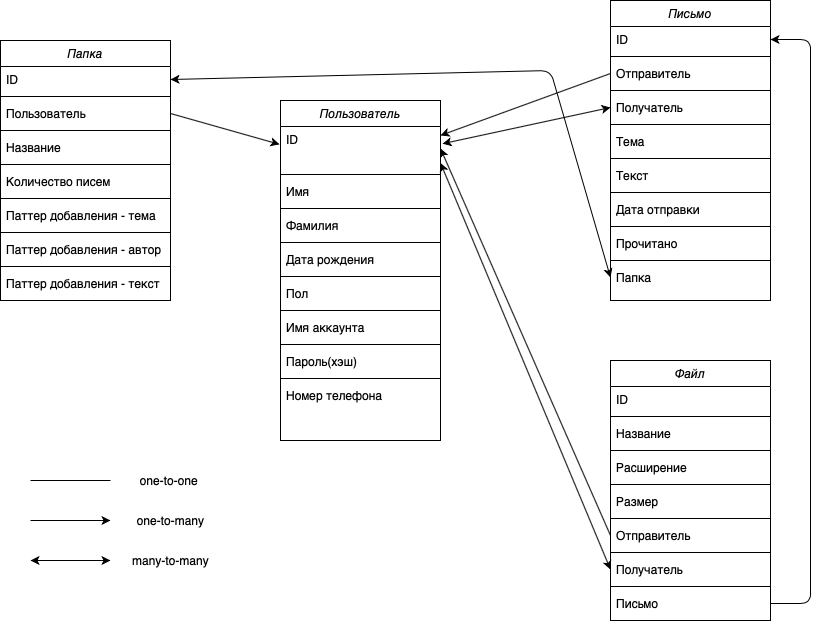
OlegElizarov/TPark_Highload keeps this draw.io diagram as images/LogDB.png. Above is the earlier version. Source tidied: cells renumbered, new cells last; positions are measured from the earlier drawing's top-left corner, leaving out a move shared by most shapes.
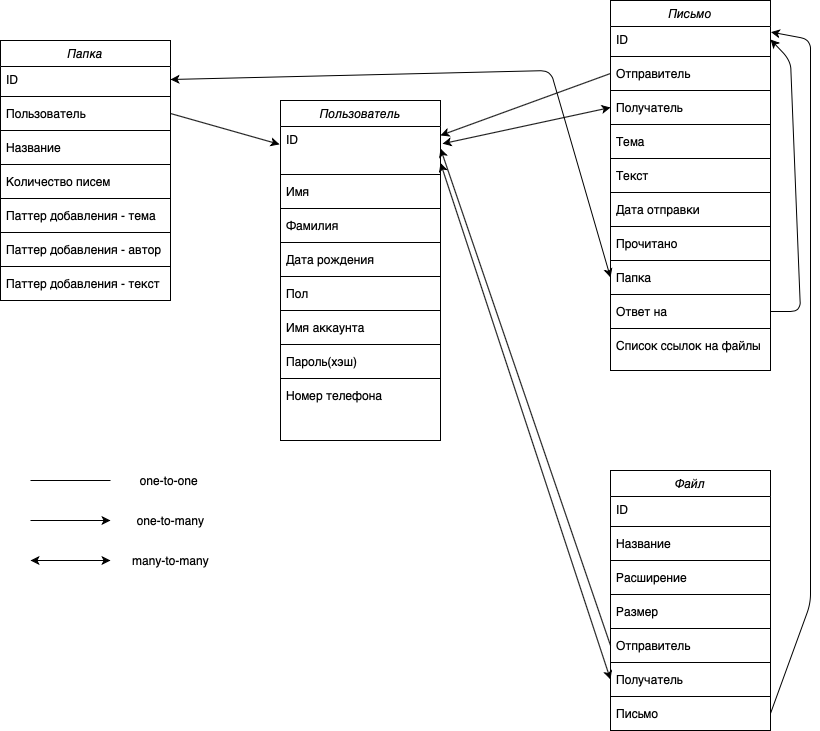
The same diagram one commit later.

Commit message:
Fixed LogicDB schema

Diff of the diagram source:
```diff
@@ -1,8 +1,8 @@
 <mxGraphModel>
   <root>
-    <mxCell id="0" />
-    <mxCell id="1" parent="0" />
+    <mxCell id="75" />
+    <mxCell id="76" parent="75" />
-    <mxCell id="2" value="Пользователь" style="swimlane;fontStyle=2;align=center;verticalAlign=top;horizontal=1;startSize=26;rounded=0;shadow=0;strokeWidth=1;" parent="1" vertex="1">
+    <mxCell id="2" value="Пользователь" style="swimlane;fontStyle=2;align=center;verticalAlign=top;horizontal=1;startSize=26;rounded=0;shadow=0;strokeWidth=1;" parent="76" vertex="1">
       <mxGeometry x="280" y="100" width="160" height="340" as="geometry" />
     </mxCell>
     <mxCell id="3" value="ID" style="text;align=left;verticalAlign=top;spacingLeft=4;spacingRight=4;overflow=hidden;points=[[0,0.5],[1,0.5]];portConstraint=eastwest;" parent="2" vertex="1">
@@ -50,45 +50,45 @@
     <mxCell id="17" value="Номер телефона" style="text;align=left;verticalAlign=top;spacingLeft=4;spacingRight=4;overflow=hidden;" parent="2" vertex="1">
       <mxGeometry y="282" width="160" height="26" as="geometry" />
     </mxCell>
-    <mxCell id="18" value="Письмо" style="swimlane;fontStyle=2;align=center;verticalAlign=top;horizontal=1;startSize=26;rounded=0;shadow=0;strokeWidth=1;" parent="1" vertex="1">
-      <mxGeometry x="610" width="160" height="300" as="geometry" />
+    <mxCell id="18" value="Письмо" style="swimlane;fontStyle=2;align=center;verticalAlign=top;horizontal=1;startSize=26;rounded=0;shadow=0;strokeWidth=1;" parent="76" vertex="1">
+      <mxGeometry x="610" width="160" height="370" as="geometry" />
     </mxCell>
-    <mxCell id="19" value="ID" style="text;align=left;verticalAlign=top;spacingLeft=4;spacingRight=4;overflow=hidden;points=[[0,0.5],[1,0.5]];portConstraint=eastwest;" parent="18" vertex="1">
-      <mxGeometry y="26" width="160" height="26" as="geometry" />
-    </mxCell>
-    <mxCell id="20" style="line;html=1;strokeWidth=1;align=left;verticalAlign=middle;spacingTop=-1;spacingLeft=3;spacingRight=3;labelPosition=right;" parent="18" vertex="1">
-      <mxGeometry y="52" width="160" height="8" as="geometry" />
-    </mxCell>
+    <mxCell id="77" value="ID" style="text;align=left;verticalAlign=top;spacingLeft=4;spacingRight=4;overflow=hidden;points=[[0,0.5],[1,0.5]];portConstraint=eastwest;" parent="18" vertex="1">
+      <mxGeometry y="26" width="160" height="26" as="geometry" />
+    </mxCell>
+    <mxCell id="78" style="line;html=1;strokeWidth=1;align=left;verticalAlign=middle;spacingTop=-1;spacingLeft=3;spacingRight=3;labelPosition=right;" parent="18" vertex="1">
+      <mxGeometry y="52" width="160" height="8" as="geometry" />
+    </mxCell>
     <mxCell id="21" value="Отправитель" style="text;align=left;verticalAlign=top;spacingLeft=4;spacingRight=4;overflow=hidden;points=[[0,0.5],[1,0.5]];portConstraint=eastwest;rounded=0;shadow=0;html=0;" parent="18" vertex="1">
       <mxGeometry y="60" width="160" height="26" as="geometry" />
     </mxCell>
-    <mxCell id="22" style="line;html=1;strokeWidth=1;align=left;verticalAlign=middle;spacingTop=-1;spacingLeft=3;spacingRight=3;labelPosition=right;" parent="18" vertex="1">
-      <mxGeometry y="86" width="160" height="8" as="geometry" />
-    </mxCell>
+    <mxCell id="79" style="line;html=1;strokeWidth=1;align=left;verticalAlign=middle;spacingTop=-1;spacingLeft=3;spacingRight=3;labelPosition=right;" parent="18" vertex="1">
+      <mxGeometry y="86" width="160" height="8" as="geometry" />
+    </mxCell>
     <mxCell id="23" value="Получатель" style="text;align=left;verticalAlign=top;spacingLeft=4;spacingRight=4;overflow=hidden;points=[[0,0.5],[1,0.5]];portConstraint=eastwest;rounded=0;shadow=0;html=0;" parent="18" vertex="1">
       <mxGeometry y="94" width="160" height="26" as="geometry" />
     </mxCell>
-    <mxCell id="24" style="line;html=1;strokeWidth=1;align=left;verticalAlign=middle;spacingTop=-1;spacingLeft=3;spacingRight=3;labelPosition=right;" parent="18" vertex="1">
-      <mxGeometry y="120" width="160" height="8" as="geometry" />
-    </mxCell>
+    <mxCell id="80" style="line;html=1;strokeWidth=1;align=left;verticalAlign=middle;spacingTop=-1;spacingLeft=3;spacingRight=3;labelPosition=right;" parent="18" vertex="1">
+      <mxGeometry y="120" width="160" height="8" as="geometry" />
+    </mxCell>
     <mxCell id="25" value="Тема" style="text;align=left;verticalAlign=top;spacingLeft=4;spacingRight=4;overflow=hidden;" parent="18" vertex="1">
       <mxGeometry y="128" width="160" height="26" as="geometry" />
     </mxCell>
-    <mxCell id="26" style="line;html=1;strokeWidth=1;align=left;verticalAlign=middle;spacingTop=-1;spacingLeft=3;spacingRight=3;labelPosition=right;" parent="18" vertex="1">
-      <mxGeometry y="154" width="160" height="8" as="geometry" />
-    </mxCell>
+    <mxCell id="81" style="line;html=1;strokeWidth=1;align=left;verticalAlign=middle;spacingTop=-1;spacingLeft=3;spacingRight=3;labelPosition=right;" parent="18" vertex="1">
+      <mxGeometry y="154" width="160" height="8" as="geometry" />
+    </mxCell>
     <mxCell id="27" value="Текст" style="text;align=left;verticalAlign=top;spacingLeft=4;spacingRight=4;overflow=hidden;" parent="18" vertex="1">
       <mxGeometry y="162" width="160" height="26" as="geometry" />
     </mxCell>
-    <mxCell id="28" style="line;html=1;strokeWidth=1;align=left;verticalAlign=middle;spacingTop=-1;spacingLeft=3;spacingRight=3;labelPosition=right;" parent="18" vertex="1">
-      <mxGeometry y="188" width="160" height="8" as="geometry" />
-    </mxCell>
+    <mxCell id="82" style="line;html=1;strokeWidth=1;align=left;verticalAlign=middle;spacingTop=-1;spacingLeft=3;spacingRight=3;labelPosition=right;" parent="18" vertex="1">
+      <mxGeometry y="188" width="160" height="8" as="geometry" />
+    </mxCell>
     <mxCell id="29" value="Дата отправки" style="text;align=left;verticalAlign=top;spacingLeft=4;spacingRight=4;overflow=hidden;" parent="18" vertex="1">
       <mxGeometry y="196" width="160" height="26" as="geometry" />
     </mxCell>
-    <mxCell id="30" style="line;html=1;strokeWidth=1;align=left;verticalAlign=middle;spacingTop=-1;spacingLeft=3;spacingRight=3;labelPosition=right;" parent="18" vertex="1">
-      <mxGeometry y="222" width="160" height="8" as="geometry" />
-    </mxCell>
+    <mxCell id="83" style="line;html=1;strokeWidth=1;align=left;verticalAlign=middle;spacingTop=-1;spacingLeft=3;spacingRight=3;labelPosition=right;" parent="18" vertex="1">
+      <mxGeometry y="222" width="160" height="8" as="geometry" />
+    </mxCell>
     <mxCell id="31" value="Прочитано" style="text;align=left;verticalAlign=top;spacingLeft=4;spacingRight=4;overflow=hidden;" parent="18" vertex="1">
       <mxGeometry y="230" width="160" height="26" as="geometry" />
     </mxCell>
@@ -98,49 +98,69 @@
     <mxCell id="33" value="Папка" style="text;align=left;verticalAlign=top;spacingLeft=4;spacingRight=4;overflow=hidden;points=[[0,0.5],[1,0.5]];portConstraint=eastwest;" parent="18" vertex="1">
       <mxGeometry y="264" width="160" height="26" as="geometry" />
     </mxCell>
+    <mxCell id="84" style="line;html=1;strokeWidth=1;align=left;verticalAlign=middle;spacingTop=-1;spacingLeft=3;spacingRight=3;labelPosition=right;" parent="18" vertex="1">
+      <mxGeometry y="290" width="160" height="8" as="geometry" />
+    </mxCell>
+    <mxCell id="85" value="Ответ на" style="text;align=left;verticalAlign=top;spacingLeft=4;spacingRight=4;overflow=hidden;points=[[0,0.5],[1,0.5]];portConstraint=eastwest;" parent="18" vertex="1">
+      <mxGeometry y="298" width="160" height="26" as="geometry" />
+    </mxCell>
+    <mxCell id="86" style="line;html=1;strokeWidth=1;align=left;verticalAlign=middle;spacingTop=-1;spacingLeft=3;spacingRight=3;labelPosition=right;" parent="18" vertex="1">
+      <mxGeometry y="324" width="160" height="8" as="geometry" />
+    </mxCell>
+    <mxCell id="87" value="Список ссылок на файлы" style="text;align=left;verticalAlign=top;spacingLeft=4;spacingRight=4;overflow=hidden;" parent="18" vertex="1">
+      <mxGeometry y="332" width="160" height="26" as="geometry" />
+    </mxCell>
+    <mxCell id="88" style="endArrow=classic;html=1;exitX=1;exitY=0.5;exitDx=0;exitDy=0;entryX=1;entryY=0.5;entryDx=0;entryDy=0;" parent="18" edge="1" source="85" target="77">
+      <mxGeometry relative="1" as="geometry">
+        <Array as="points">
+          <mxPoint x="190" y="311" />
+          <mxPoint x="180" y="60" />
+        </Array>
+      </mxGeometry>
+    </mxCell>
-    <mxCell id="34" value="Файл" style="swimlane;fontStyle=2;align=center;verticalAlign=top;horizontal=1;startSize=26;rounded=0;shadow=0;strokeWidth=1;" parent="1" vertex="1">
-      <mxGeometry x="610" y="360" width="160" height="260" as="geometry" />
+    <mxCell id="34" value="Файл" style="swimlane;fontStyle=2;align=center;verticalAlign=top;horizontal=1;startSize=26;rounded=0;shadow=0;strokeWidth=1;" parent="76" vertex="1">
+      <mxGeometry x="610" y="470" width="160" height="260" as="geometry" />
     </mxCell>
-    <mxCell id="35" value="ID" style="text;align=left;verticalAlign=top;spacingLeft=4;spacingRight=4;overflow=hidden;" parent="34" vertex="1">
-      <mxGeometry y="26" width="160" height="26" as="geometry" />
-    </mxCell>
-    <mxCell id="36" style="line;html=1;strokeWidth=1;align=left;verticalAlign=middle;spacingTop=-1;spacingLeft=3;spacingRight=3;labelPosition=right;" parent="34" vertex="1">
-      <mxGeometry y="52" width="160" height="8" as="geometry" />
-    </mxCell>
+    <mxCell id="89" value="ID" style="text;align=left;verticalAlign=top;spacingLeft=4;spacingRight=4;overflow=hidden;" parent="34" vertex="1">
+      <mxGeometry y="26" width="160" height="26" as="geometry" />
+    </mxCell>
+    <mxCell id="90" style="line;html=1;strokeWidth=1;align=left;verticalAlign=middle;spacingTop=-1;spacingLeft=3;spacingRight=3;labelPosition=right;" parent="34" vertex="1">
+      <mxGeometry y="52" width="160" height="8" as="geometry" />
+    </mxCell>
     <mxCell id="37" value="Название" style="text;align=left;verticalAlign=top;spacingLeft=4;spacingRight=4;overflow=hidden;rounded=0;shadow=0;html=0;" parent="34" vertex="1">
       <mxGeometry y="60" width="160" height="26" as="geometry" />
     </mxCell>
-    <mxCell id="38" style="line;html=1;strokeWidth=1;align=left;verticalAlign=middle;spacingTop=-1;spacingLeft=3;spacingRight=3;labelPosition=right;" parent="34" vertex="1">
-      <mxGeometry y="86" width="160" height="8" as="geometry" />
-    </mxCell>
+    <mxCell id="91" style="line;html=1;strokeWidth=1;align=left;verticalAlign=middle;spacingTop=-1;spacingLeft=3;spacingRight=3;labelPosition=right;" parent="34" vertex="1">
+      <mxGeometry y="86" width="160" height="8" as="geometry" />
+    </mxCell>
     <mxCell id="39" value="Расширение" style="text;align=left;verticalAlign=top;spacingLeft=4;spacingRight=4;overflow=hidden;rounded=0;shadow=0;html=0;" parent="34" vertex="1">
       <mxGeometry y="94" width="160" height="26" as="geometry" />
     </mxCell>
-    <mxCell id="40" style="line;html=1;strokeWidth=1;align=left;verticalAlign=middle;spacingTop=-1;spacingLeft=3;spacingRight=3;labelPosition=right;" parent="34" vertex="1">
-      <mxGeometry y="120" width="160" height="8" as="geometry" />
-    </mxCell>
+    <mxCell id="92" style="line;html=1;strokeWidth=1;align=left;verticalAlign=middle;spacingTop=-1;spacingLeft=3;spacingRight=3;labelPosition=right;" parent="34" vertex="1">
+      <mxGeometry y="120" width="160" height="8" as="geometry" />
+    </mxCell>
     <mxCell id="41" value="Размер" style="text;align=left;verticalAlign=top;spacingLeft=4;spacingRight=4;overflow=hidden;" parent="34" vertex="1">
       <mxGeometry y="128" width="160" height="26" as="geometry" />
     </mxCell>
-    <mxCell id="42" style="line;html=1;strokeWidth=1;align=left;verticalAlign=middle;spacingTop=-1;spacingLeft=3;spacingRight=3;labelPosition=right;" parent="34" vertex="1">
-      <mxGeometry y="154" width="160" height="8" as="geometry" />
-    </mxCell>
+    <mxCell id="93" style="line;html=1;strokeWidth=1;align=left;verticalAlign=middle;spacingTop=-1;spacingLeft=3;spacingRight=3;labelPosition=right;" parent="34" vertex="1">
+      <mxGeometry y="154" width="160" height="8" as="geometry" />
+    </mxCell>
     <mxCell id="43" value="Отправитель" style="text;align=left;verticalAlign=top;spacingLeft=4;spacingRight=4;overflow=hidden;points=[[0,0.5],[1,0.5]];portConstraint=eastwest;" parent="34" vertex="1">
       <mxGeometry y="162" width="160" height="26" as="geometry" />
     </mxCell>
-    <mxCell id="44" style="line;html=1;strokeWidth=1;align=left;verticalAlign=middle;spacingTop=-1;spacingLeft=3;spacingRight=3;labelPosition=right;" parent="34" vertex="1">
-      <mxGeometry y="188" width="160" height="8" as="geometry" />
-    </mxCell>
+    <mxCell id="94" style="line;html=1;strokeWidth=1;align=left;verticalAlign=middle;spacingTop=-1;spacingLeft=3;spacingRight=3;labelPosition=right;" parent="34" vertex="1">
+      <mxGeometry y="188" width="160" height="8" as="geometry" />
+    </mxCell>
     <mxCell id="45" value="Получатель" style="text;align=left;verticalAlign=top;spacingLeft=4;spacingRight=4;overflow=hidden;points=[[0,0.5],[1,0.5]];portConstraint=eastwest;" parent="34" vertex="1">
       <mxGeometry y="196" width="160" height="26" as="geometry" />
     </mxCell>
-    <mxCell id="46" style="line;html=1;strokeWidth=1;align=left;verticalAlign=middle;spacingTop=-1;spacingLeft=3;spacingRight=3;labelPosition=right;" parent="34" vertex="1">
-      <mxGeometry y="222" width="160" height="8" as="geometry" />
-    </mxCell>
+    <mxCell id="95" style="line;html=1;strokeWidth=1;align=left;verticalAlign=middle;spacingTop=-1;spacingLeft=3;spacingRight=3;labelPosition=right;" parent="34" vertex="1">
+      <mxGeometry y="222" width="160" height="8" as="geometry" />
+    </mxCell>
     <mxCell id="47" value="Письмо" style="text;align=left;verticalAlign=top;spacingLeft=4;spacingRight=4;overflow=hidden;points=[[0,0.5],[1,0.5]];portConstraint=eastwest;" parent="34" vertex="1">
       <mxGeometry y="230" width="160" height="26" as="geometry" />
     </mxCell>
-    <mxCell id="48" value="Папка" style="swimlane;fontStyle=2;align=center;verticalAlign=top;horizontal=1;startSize=26;rounded=0;shadow=0;strokeWidth=1;" parent="1" vertex="1">
+    <mxCell id="48" value="Папка" style="swimlane;fontStyle=2;align=center;verticalAlign=top;horizontal=1;startSize=26;rounded=0;shadow=0;strokeWidth=1;" parent="76" vertex="1">
       <mxGeometry y="40" width="170" height="260" as="geometry" />
     </mxCell>
     <mxCell id="49" value="ID" style="text;align=left;verticalAlign=top;spacingLeft=4;spacingRight=4;overflow=hidden;points=[[0,0.5],[1,0.5]];portConstraint=eastwest;" parent="48" vertex="1">
@@ -182,62 +202,62 @@
     <mxCell id="61" value="Паттер добавления - текст" style="text;align=left;verticalAlign=top;spacingLeft=4;spacingRight=4;overflow=hidden;" parent="48" vertex="1">
       <mxGeometry y="230" width="170" height="26" as="geometry" />
     </mxCell>
-    <mxCell id="62" style="endArrow=none;html=1;" parent="1" edge="1">
-      <mxGeometry relative="1" as="geometry">
-        <mxPoint x="30" y="480" as="sourcePoint" />
-        <mxPoint x="110" y="480" as="targetPoint" />
-      </mxGeometry>
-    </mxCell>
-    <mxCell id="63" style="endArrow=classic;html=1;" parent="1" edge="1">
-      <mxGeometry relative="1" as="geometry">
-        <mxPoint x="30" y="520" as="sourcePoint" />
-        <mxPoint x="110" y="520" as="targetPoint" />
-      </mxGeometry>
-    </mxCell>
-    <mxCell id="64" style="endArrow=classic;startArrow=classic;html=1;" parent="1" edge="1">
-      <mxGeometry relative="1" as="geometry">
-        <mxPoint x="30" y="560" as="sourcePoint" />
-        <mxPoint x="110" y="560" as="targetPoint" />
-      </mxGeometry>
-    </mxCell>
+    <mxCell id="96" style="endArrow=none;html=1;" parent="76" edge="1">
+      <mxGeometry relative="1" as="geometry">
+        <mxPoint x="30" y="480" as="sourcePoint" />
+        <mxPoint x="110" y="480" as="targetPoint" />
+      </mxGeometry>
+    </mxCell>
+    <mxCell id="97" style="endArrow=classic;html=1;" parent="76" edge="1">
+      <mxGeometry relative="1" as="geometry">
+        <mxPoint x="30" y="520" as="sourcePoint" />
+        <mxPoint x="110" y="520" as="targetPoint" />
+      </mxGeometry>
+    </mxCell>
+    <mxCell id="98" style="endArrow=classic;startArrow=classic;html=1;" parent="76" edge="1">
+      <mxGeometry relative="1" as="geometry">
+        <mxPoint x="30" y="560" as="sourcePoint" />
+        <mxPoint x="110" y="560" as="targetPoint" />
+      </mxGeometry>
+    </mxCell>
-    <mxCell id="65" value="one-to-one&amp;nbsp;" style="text;html=1;align=center;verticalAlign=middle;" parent="1" vertex="1">
+    <mxCell id="65" value="one-to-one&amp;nbsp;" style="text;html=1;align=center;verticalAlign=middle;" parent="76" vertex="1">
       <mxGeometry x="130" y="470" width="80" height="20" as="geometry" />
     </mxCell>
-    <mxCell id="66" value="one-to-many" style="text;html=1;align=center;verticalAlign=middle;" parent="1" vertex="1">
+    <mxCell id="66" value="one-to-many" style="text;html=1;align=center;verticalAlign=middle;" parent="76" vertex="1">
       <mxGeometry x="130" y="510" width="80" height="20" as="geometry" />
     </mxCell>
-    <mxCell id="67" value="many-to-many" style="text;html=1;align=center;verticalAlign=middle;" parent="1" vertex="1">
+    <mxCell id="67" value="many-to-many" style="text;html=1;align=center;verticalAlign=middle;" parent="76" vertex="1">
       <mxGeometry x="125" y="550" width="90" height="20" as="geometry" />
     </mxCell>
-    <mxCell id="68" style="endArrow=none;html=1;entryX=0;entryY=0.5;entryDx=0;entryDy=0;exitX=1;exitY=0.203;exitDx=0;exitDy=0;exitPerimeter=0;startArrow=classic;startFill=1;" parent="1" edge="1" source="3" target="21">
+    <mxCell id="68" style="endArrow=none;html=1;entryX=0;entryY=0.5;entryDx=0;entryDy=0;exitX=1;exitY=0.203;exitDx=0;exitDy=0;exitPerimeter=0;startArrow=classic;startFill=1;" parent="76" edge="1" source="3" target="21">
       <mxGeometry relative="1" as="geometry" />
     </mxCell>
-    <mxCell id="69" style="endArrow=classic;html=1;exitX=0;exitY=0.5;exitDx=0;exitDy=0;entryX=1.013;entryY=0.391;entryDx=0;entryDy=0;entryPerimeter=0;startArrow=classic;startFill=1;" parent="1" edge="1" source="23" target="3">
+    <mxCell id="69" style="endArrow=classic;html=1;exitX=0;exitY=0.5;exitDx=0;exitDy=0;entryX=1.013;entryY=0.391;entryDx=0;entryDy=0;entryPerimeter=0;startArrow=classic;startFill=1;" parent="76" edge="1" source="23" target="3">
       <mxGeometry relative="1" as="geometry" />
     </mxCell>
-    <mxCell id="70" style="endArrow=none;html=1;entryX=0;entryY=0.5;entryDx=0;entryDy=0;exitX=1;exitY=0.5;exitDx=0;exitDy=0;startArrow=classic;startFill=1;" parent="1" edge="1" source="3" target="43">
+    <mxCell id="70" style="endArrow=none;html=1;entryX=0;entryY=0.5;entryDx=0;entryDy=0;exitX=1;exitY=0.5;exitDx=0;exitDy=0;startArrow=classic;startFill=1;" parent="76" edge="1" source="3" target="43">
       <mxGeometry relative="1" as="geometry" />
     </mxCell>
-    <mxCell id="71" style="endArrow=classic;html=1;exitX=0;exitY=0.5;exitDx=0;exitDy=0;entryX=1;entryY=0.828;entryDx=0;entryDy=0;entryPerimeter=0;startArrow=classic;startFill=1;" parent="1" edge="1" source="45" target="3">
+    <mxCell id="71" style="endArrow=classic;html=1;exitX=0;exitY=0.5;exitDx=0;exitDy=0;entryX=1;entryY=0.828;entryDx=0;entryDy=0;entryPerimeter=0;startArrow=classic;startFill=1;" parent="76" edge="1" source="45" target="3">
       <mxGeometry relative="1" as="geometry" />
     </mxCell>
-    <mxCell id="72" style="endArrow=classic;html=1;exitX=1;exitY=0.5;exitDx=0;exitDy=0;entryX=-0.006;entryY=0.406;entryDx=0;entryDy=0;entryPerimeter=0;" parent="1" edge="1" source="51" target="3">
+    <mxCell id="72" style="endArrow=classic;html=1;exitX=1;exitY=0.5;exitDx=0;exitDy=0;entryX=-0.006;entryY=0.406;entryDx=0;entryDy=0;entryPerimeter=0;" parent="76" edge="1" source="51" target="3">
       <mxGeometry relative="1" as="geometry" />
     </mxCell>
-    <mxCell id="73" style="endArrow=classic;startArrow=classic;html=1;entryX=0;entryY=0.5;entryDx=0;entryDy=0;exitX=1;exitY=0.5;exitDx=0;exitDy=0;" parent="1" edge="1" source="49" target="33">
+    <mxCell id="73" style="endArrow=classic;startArrow=classic;html=1;entryX=0;entryY=0.5;entryDx=0;entryDy=0;exitX=1;exitY=0.5;exitDx=0;exitDy=0;" parent="76" edge="1" source="49" target="33">
       <mxGeometry relative="1" as="geometry">
         <Array as="points">
           <mxPoint x="550" y="70" />
         </Array>
       </mxGeometry>
     </mxCell>
-    <mxCell id="74" style="endArrow=classic;html=1;exitX=1;exitY=0.5;exitDx=0;exitDy=0;entryX=1;entryY=0.5;entryDx=0;entryDy=0;" parent="1" edge="1" source="47" target="19">
-      <mxGeometry relative="1" as="geometry">
-        <Array as="points">
-          <mxPoint x="810" y="603" />
-          <mxPoint x="810" y="39" />
-        </Array>
-      </mxGeometry>
-    </mxCell>
+    <mxCell id="99" style="endArrow=classic;html=1;exitX=1;exitY=0.5;exitDx=0;exitDy=0;entryX=1.003;entryY=0.215;entryDx=0;entryDy=0;entryPerimeter=0;" parent="76" edge="1" source="47" target="77">
+      <mxGeometry relative="1" as="geometry">
+        <Array as="points">
+          <mxPoint x="810" y="603" />
+          <mxPoint x="810" y="39" />
+        </Array>
+      </mxGeometry>
+    </mxCell>
   </root>
 </mxGraphModel>
```
